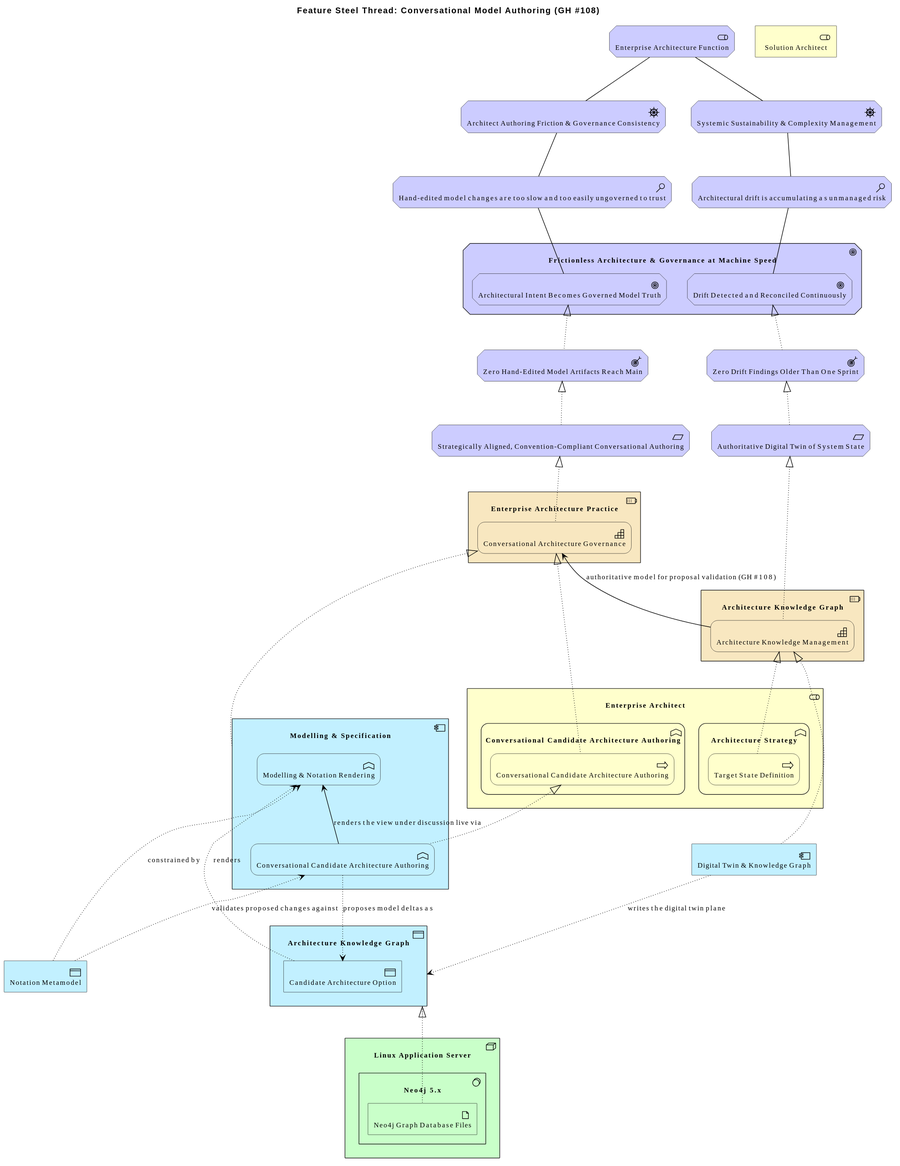
Earlier version of the PlantUML export architecture/model/diagrams/layered/fn-conversational-authoring.svg (wolffy-au/frictionless-architect).
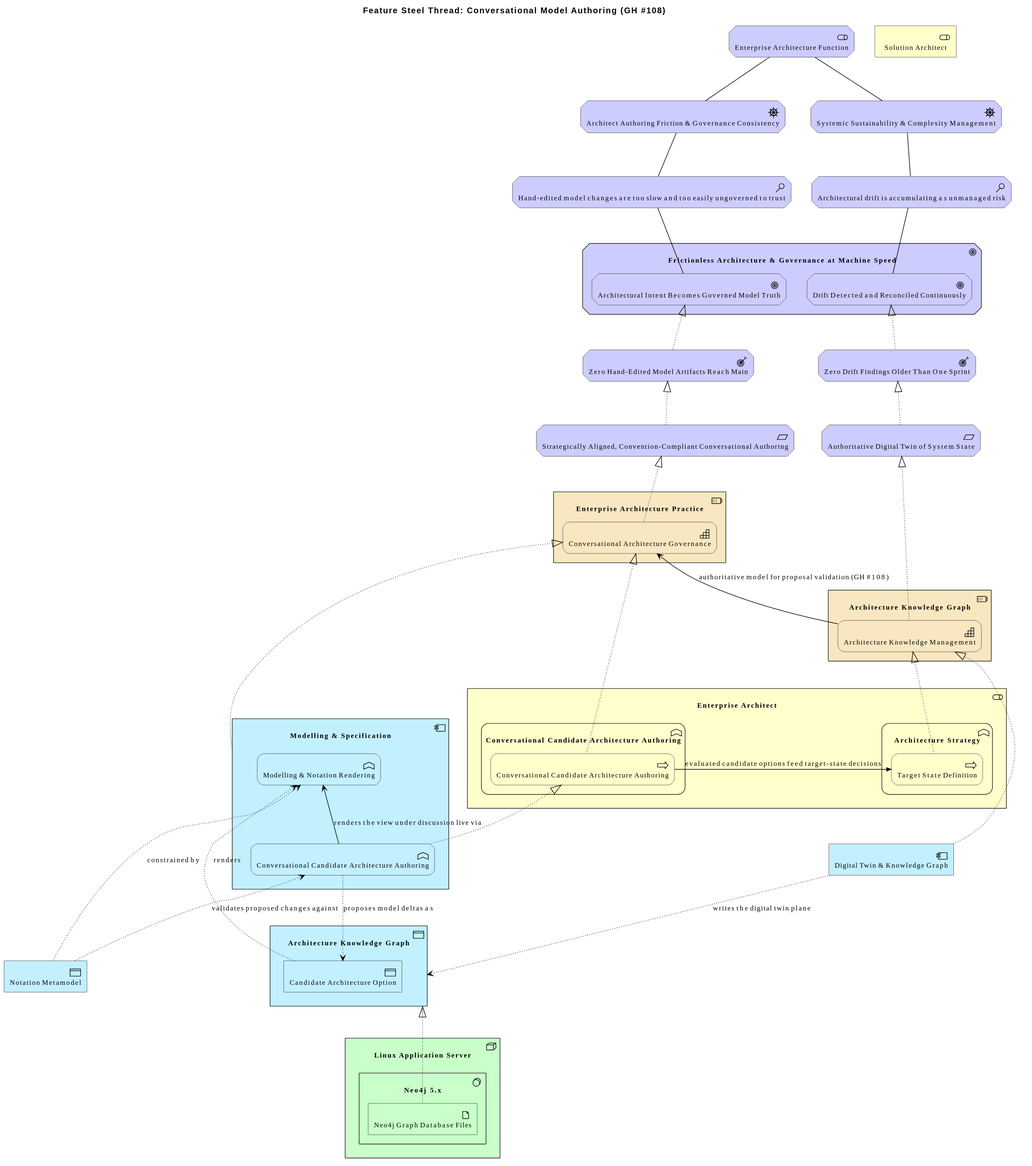
The same file after the commit.

Change to the diagram source:
```diff
@@ -61,6 +61,7 @@
 Rel_Serving_Up(e_id18ec07397a9d5f, e_id6c60f4feb89058, "authoritative model for proposal validation (GH #108)")
 Rel_Realization_Up(e_id395c9c2923aa56, e_id18ec07397a9d5f, "")
 Rel_Realization_Up(e_id5959dd7c3bbe59, e_id6c60f4feb89058, "")
+Rel_Triggering_Right(e_id5959dd7c3bbe59, e_id395c9c2923aa56, "evaluated candidate options feed target-state decisions")
 Rel_Realization_Up(e_id3da203d482f955, e_id18ec07397a9d5f, "")
 Rel_Realization_Up(e_id82f04fecbdd85e, e_id6c60f4feb89058, "")
 Rel_Access_w(e_id3da203d482f955, e_id989d401ffdae55, "writes the digital twin plane")
```
